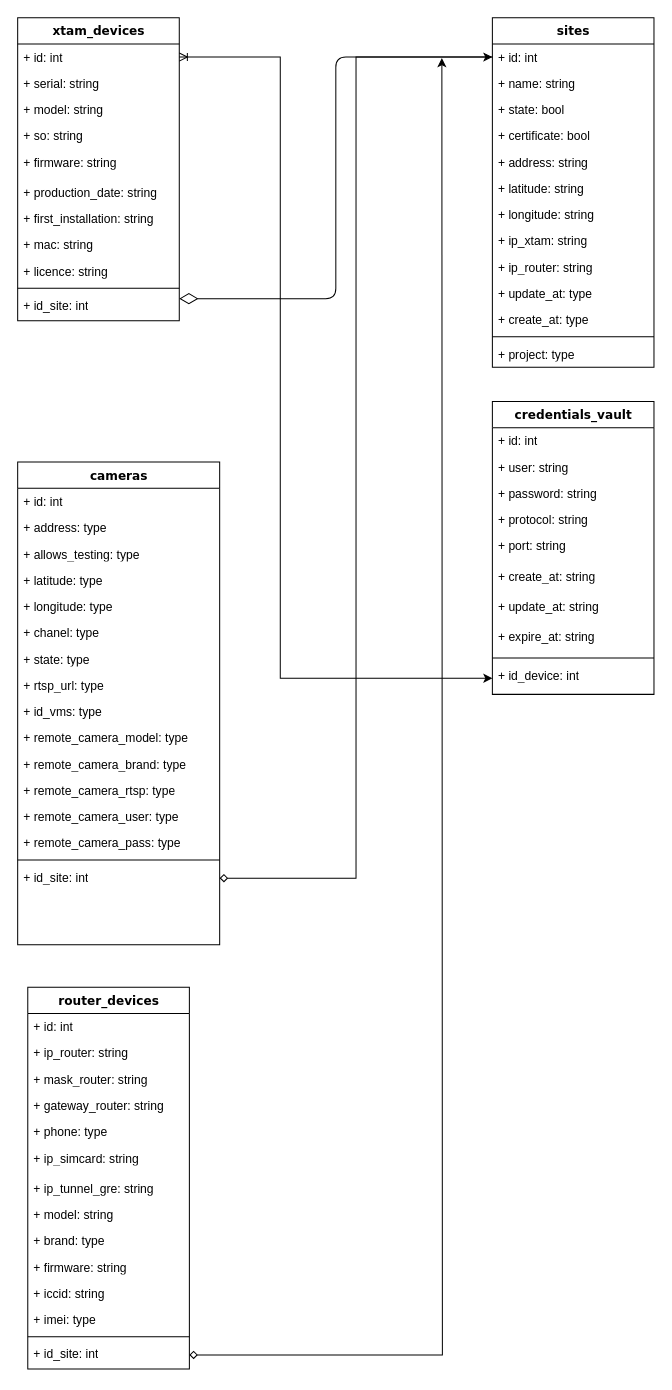
This is Diagrama sin título.drawio from FelipeHurtado/BPMN_EXPERIMIENTO, a draw.io file, before an edit. Source tidied: cells renumbered, new cells numbered last; positions are measured from the earlier drawing's top-left corner, leaving out a move shared by most shapes. Both pictures are drawn from the tidied source at 101%, with x=0, y=0 at pixel (17, 17).
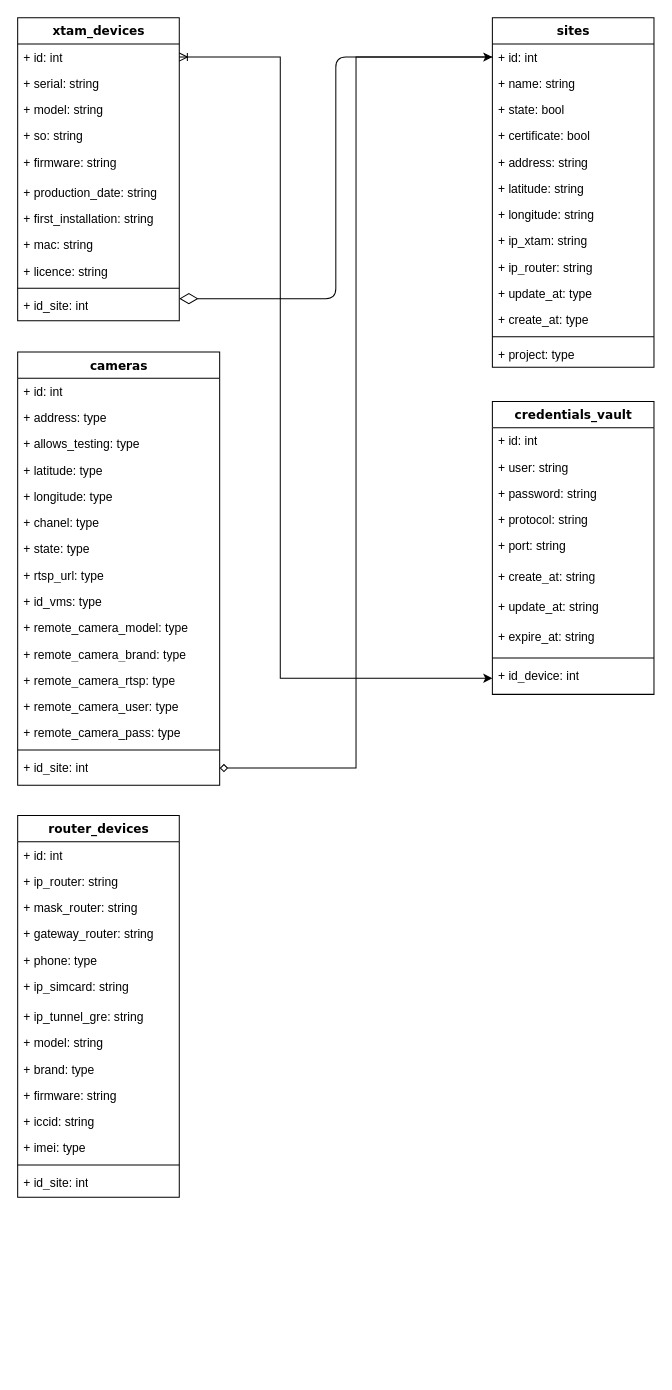
The same diagram, later.

The change refers to these unchanged cells:
```xml
<mxCell id="74" value="+ id_site: int" style="text;html=1;strokeColor=none;fillColor=none;align=left;verticalAlign=top;spacingLeft=4;spacingRight=4;whiteSpace=wrap;overflow=hidden;points=[[0,0.5],[1,0.5]];portConstraint=eastwest;" parent="59" vertex="1">
  <mxGeometry y="350" width="160" height="28" as="geometry" />
</mxCell>
```

The edit, as a diff of the source:
```diff
@@
     <mxCell id="28" value="cameras" style="swimlane;html=1;fontStyle=1;align=center;verticalAlign=top;horizontal=1;startSize=26;swimlaneFillColor=#ffffff;rounded=0;shadow=0;comic=0;labelBackgroundColor=none;strokeWidth=1;fillColor=none;fontFamily=Verdana;fontSize=12;" parent="1" vertex="1">
-      <mxGeometry y="440" width="200" height="478" as="geometry" />
+      <mxGeometry y="331" width="200" height="429" as="geometry" />
     </mxCell>
@@
     <mxCell id="59" value="router_devices" style="swimlane;html=1;fontStyle=1;align=center;verticalAlign=top;horizontal=1;startSize=26;swimlaneFillColor=#ffffff;rounded=0;shadow=0;comic=0;labelBackgroundColor=none;strokeWidth=1;fillColor=none;fontFamily=Verdana;fontSize=12;" parent="1" vertex="1">
-      <mxGeometry x="10" y="960" width="160" height="378" as="geometry" />
+      <mxGeometry y="790" width="160" height="378" as="geometry" />
     </mxCell>
@@
-    <mxCell id="73" style="edgeStyle=orthogonalEdgeStyle;rounded=0;jettySize=auto;html=1;startArrow=diamond;startFill=0;" parent="59" edge="1" source="74">
-      <mxGeometry relative="1" as="geometry">
-        <mxPoint x="410" y="-920" as="targetPoint" />
-      </mxGeometry>
-    </mxCell>
```
